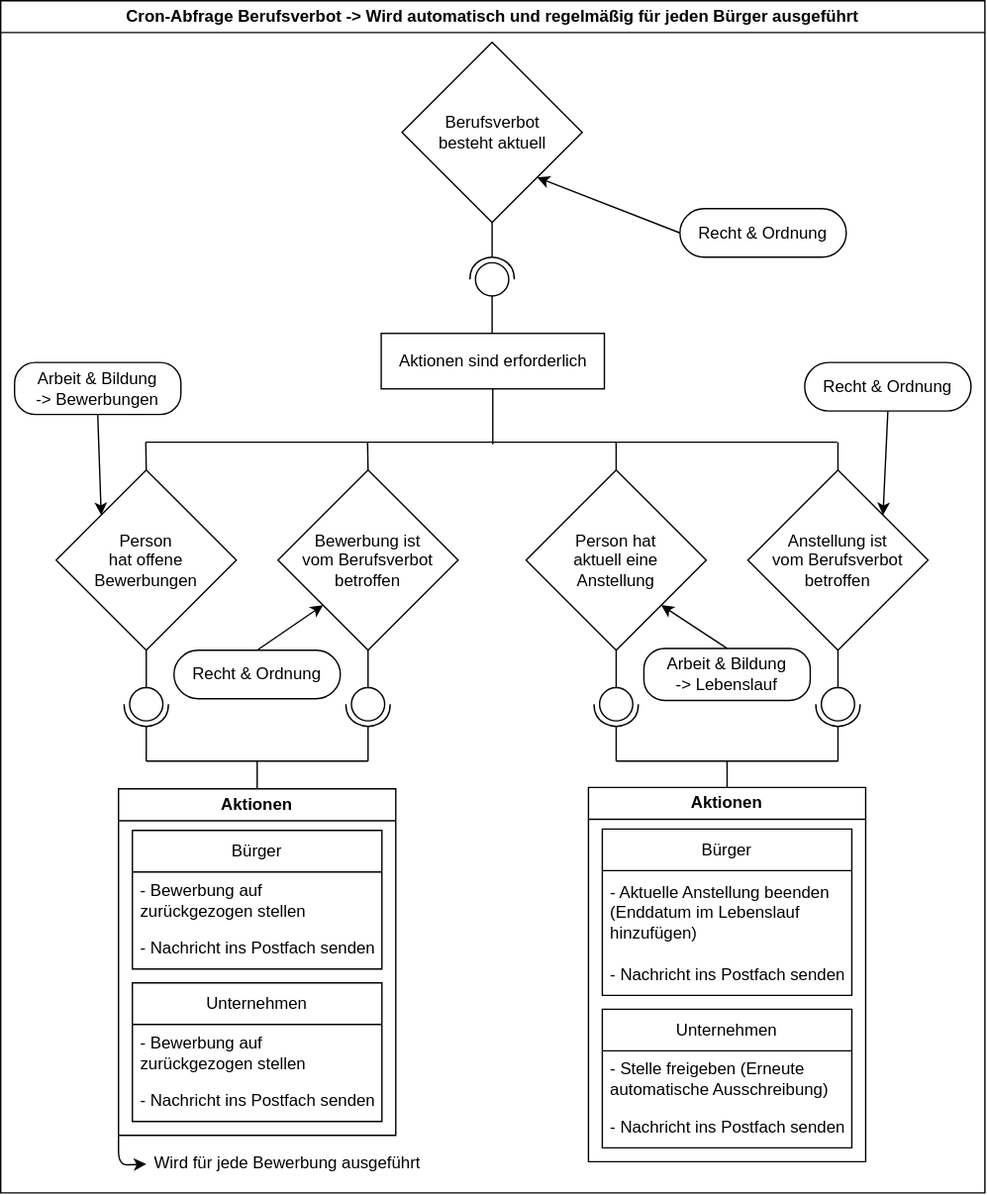
This is Bilder/Cron_Funktion_Berufsverbot.svg from Kai-Singer/ArbeitBildung, a draw.io export, as it was before one commit. Source tidied: cells renumbered, new cells last; positions are measured from the earlier drawing's top-left corner, leaving out a move shared by most shapes.
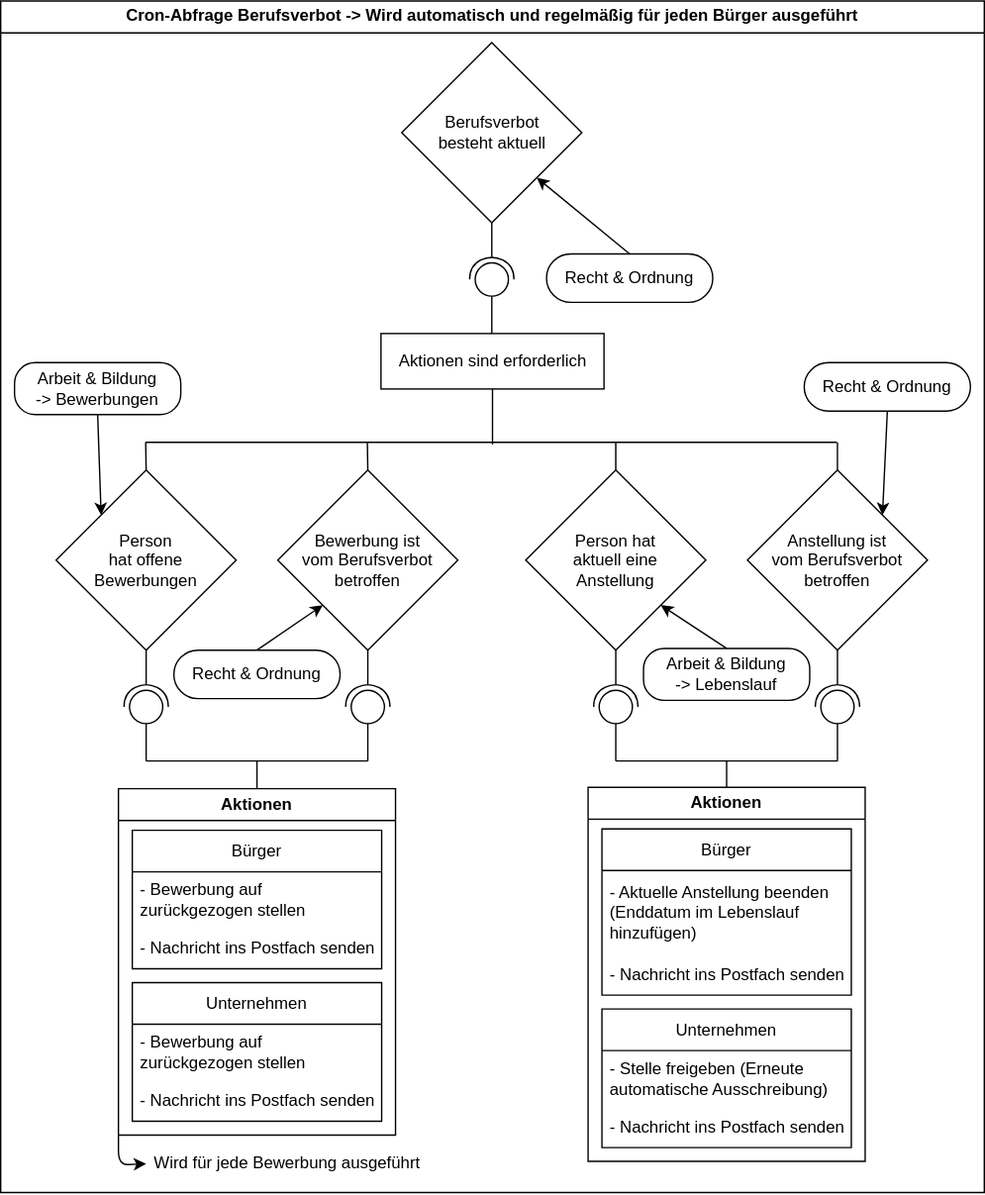
The same file after the commit.

Change to the diagram source:
```diff
@@ -55,69 +55,69 @@
     <mxCell id="13" value="Bewerbung ist&lt;br&gt;&lt;span style=&quot;font-family: monospace; font-size: 0px; text-align: start; text-wrap-mode: nowrap;&quot;&gt;%3CmxGraphModel%3E%3Croot%3E%3CmxCell%20id%3D%220%22%2F%3E%3CmxCell%20id%3D%221%22%20parent%3D%220%22%2F%3E%3CmxCell%20id%3D%222%22%20value%3D%22Aktionen%22%20style%3D%22swimlane%3BwhiteSpace%3Dwrap%3Bhtml%3D1%3B%22%20vertex%3D%221%22%20parent%3D%221%22%3E%3CmxGeometry%20x%3D%22412%22%20y%3D%22640%22%20width%3D%22200%22%20height%3D%22250%22%20as%3D%22geometry%22%2F%3E%3C%2FmxCell%3E%3CmxCell%20id%3D%223%22%20value%3D%22B%C3%BCrger%22%20style%3D%22swimlane%3BfontStyle%3D0%3BchildLayout%3DstackLayout%3Bhorizontal%3D1%3BstartSize%3D30%3BhorizontalStack%3D0%3BresizeParent%3D1%3BresizeParentMax%3D0%3BresizeLast%3D0%3Bcollapsible%3D1%3BmarginBottom%3D0%3BwhiteSpace%3Dwrap%3Bhtml%3D1%3B%22%20vertex%3D%221%22%20parent%3D%222%22%3E%3CmxGeometry%20x%3D%2210%22%20y%3D%2230%22%20width%3D%22180%22%20height%3D%22100%22%20as%3D%22geometry%22%2F%3E%3C%2FmxCell%3E%3CmxCell%20id%3D%224%22%20value%3D%22-%20Bewerbungen%20auf%20zur%C3%BCckgezogen%20stellen%22%20style%3D%22text%3BstrokeColor%3Dnone%3BfillColor%3Dnone%3Balign%3Dleft%3BverticalAlign%3Dmiddle%3BspacingLeft%3D4%3BspacingRight%3D4%3Boverflow%3Dhidden%3Bpoints%3D%5B%5B0%2C0.5%5D%2C%5B1%2C0.5%5D%5D%3BportConstraint%3Deastwest%3Brotatable%3D0%3BwhiteSpace%3Dwrap%3Bhtml%3D1%3B%22%20vertex%3D%221%22%20parent%3D%223%22%3E%3CmxGeometry%20y%3D%2230%22%20width%3D%22180%22%20height%3D%2240%22%20as%3D%22geometry%22%2F%3E%3C%2FmxCell%3E%3CmxCell%20id%3D%225%22%20value%3D%22-%20Nachricht%20ins%20Postfach%20senden%22%20style%3D%22text%3BstrokeColor%3Dnone%3BfillColor%3Dnone%3Balign%3Dleft%3BverticalAlign%3Dmiddle%3BspacingLeft%3D4%3BspacingRight%3D4%3Boverflow%3Dhidden%3Bpoints%3D%5B%5B0%2C0.5%5D%2C%5B1%2C0.5%5D%5D%3BportConstraint%3Deastwest%3Brotatable%3D0%3BwhiteSpace%3Dwrap%3Bhtml%3D1%3B%22%20vertex%3D%221%22%20parent%3D%223%22%3E%3CmxGeometry%20y%3D%2270%22%20width%3D%22180%22%20height%3D%2230%22%20as%3D%22geometry%22%2F%3E%3C%2FmxCell%3E%3CmxCell%20id%3D%226%22%20value%3D%22Unternehmen%22%20style%3D%22swimlane%3BfontStyle%3D0%3BchildLayout%3DstackLayout%3Bhorizontal%3D1%3BstartSize%3D30%3BhorizontalStack%3D0%3BresizeParent%3D1%3BresizeParentMax%3D0%3BresizeLast%3D0%3Bcollapsible%3D1%3BmarginBottom%3D0%3BwhiteSpace%3Dwrap%3Bhtml%3D1%3B%22%20vertex%3D%221%22%20parent%3D%222%22%3E%3CmxGeometry%20x%3D%2210%22%20y%3D%22140%22%20width%3D%22180%22%20height%3D%22100%22%20as%3D%22geometry%22%2F%3E%3C%2FmxCell%3E%3CmxCell%20id%3D%227%22%20value%3D%22-%20Stelle%20freigeben%20(Erneute%20automatische%20Ausschreibung)%22%20style%3D%22text%3BstrokeColor%3Dnone%3BfillColor%3Dnone%3Balign%3Dleft%3BverticalAlign%3Dmiddle%3BspacingLeft%3D4%3BspacingRight%3D4%3Boverflow%3Dhidden%3Bpoints%3D%5B%5B0%2C0.5%5D%2C%5B1%2C0.5%5D%5D%3BportConstraint%3Deastwest%3Brotatable%3D0%3BwhiteSpace%3Dwrap%3Bhtml%3D1%3B%22%20vertex%3D%221%22%20parent%3D%226%22%3E%3CmxGeometry%20y%3D%2230%22%20width%3D%22180%22%20height%3D%2240%22%20as%3D%22geometry%22%2F%3E%3C%2FmxCell%3E%3CmxCell%20id%3D%228%22%20value%3D%22-%20Nachricht%20ins%20Postfach%20senden%22%20style%3D%22text%3BstrokeColor%3Dnone%3BfillColor%3Dnone%3Balign%3Dleft%3BverticalAlign%3Dmiddle%3BspacingLeft%3D4%3BspacingRight%3D4%3Boverflow%3Dhidden%3Bpoints%3D%5B%5B0%2C0.5%5D%2C%5B1%2C0.5%5D%5D%3BportConstraint%3Deastwest%3Brotatable%3D0%3BwhiteSpace%3Dwrap%3Bhtml%3D1%3B%22%20vertex%3D%221%22%20parent%3D%226%22%3E%3CmxGeometry%20y%3D%2270%22%20width%3D%22180%22%20height%3D%2230%22%20as%3D%22geometry%22%2F%3E%3C%2FmxCell%3E%3C%2Froot%3E%3C%2FmxGraphModel%3E&lt;/span&gt;vom Berufsverbot&lt;br&gt;betroffen" style="rhombus;whiteSpace=wrap;html=1;" parent="2" vertex="1">
       <mxGeometry x="200" y="338.5" width="130" height="130" as="geometry" />
     </mxCell>
-    <mxCell id="14" style="group;" parent="2" vertex="1">
+    <mxCell id="14" style="group;rotation=-180;" parent="2" vertex="1">
       <mxGeometry x="89" y="468.5" width="32" height="80" as="geometry" />
     </mxCell>
     <mxCell id="15" style="endArrow=none;html=1;rounded=0;snapToPoint=0;anchorPointDirection=1;" parent="14" edge="1">
       <mxGeometry relative="1" as="geometry">
-        <mxPoint x="16" y="80" as="sourcePoint" />
-        <mxPoint x="16" y="55" as="targetPoint" />
+        <mxPoint x="16" as="sourcePoint" />
+        <mxPoint x="16" y="25" as="targetPoint" />
       </mxGeometry>
     </mxCell>
-    <mxCell id="16" style="group;" parent="14" vertex="1">
-      <mxGeometry y="27" width="32" height="30" as="geometry" />
+    <mxCell id="16" style="group;rotation=-180;" parent="14" vertex="1">
+      <mxGeometry y="23" width="32" height="30" as="geometry" />
     </mxCell>
-    <mxCell id="17" style="ellipse;whiteSpace=wrap;html=1;strokeWidth=1;" parent="16" vertex="1">
-      <mxGeometry x="4" width="24" height="24" as="geometry" />
+    <mxCell id="17" style="ellipse;whiteSpace=wrap;html=1;strokeWidth=1;rotation=-180;" parent="16" vertex="1">
+      <mxGeometry x="4" y="6" width="24" height="24" as="geometry" />
     </mxCell>
     <mxCell id="18" style="endArrow=none;html=1;rounded=0;curved=1;strokeWidth=1;comic=0;anchorPointDirection=1;fixDash=0;orthogonalLoop=0;orthogonal=0;arcSize=20;" parent="16" edge="1">
       <mxGeometry relative="1" as="geometry">
-        <mxPoint y="12" as="sourcePoint" />
-        <mxPoint x="32" y="12" as="targetPoint" />
+        <mxPoint x="32" y="18" as="sourcePoint" />
+        <mxPoint y="18" as="targetPoint" />
         <Array as="points">
-          <mxPoint y="22" />
-          <mxPoint x="16" y="30" />
-          <mxPoint x="32" y="22" />
+          <mxPoint x="32" y="8" />
+          <mxPoint x="16" />
+          <mxPoint y="8" />
         </Array>
       </mxGeometry>
     </mxCell>
     <mxCell id="19" style="endArrow=none;html=1;rounded=0;entryX=0.5;entryY=0;entryDx=0;entryDy=0;" parent="14" edge="1" target="16">
       <mxGeometry relative="1" as="geometry">
-        <mxPoint x="16" as="sourcePoint" />
+        <mxPoint x="16" y="80" as="sourcePoint" />
       </mxGeometry>
     </mxCell>
-    <mxCell id="20" style="group;" parent="2" vertex="1">
+    <mxCell id="20" style="group;rotation=-180;" parent="2" vertex="1">
       <mxGeometry x="249" y="468.5" width="32" height="80" as="geometry" />
     </mxCell>
     <mxCell id="21" style="endArrow=none;html=1;rounded=0;snapToPoint=0;anchorPointDirection=1;" parent="20" edge="1">
       <mxGeometry relative="1" as="geometry">
-        <mxPoint x="16" y="80" as="sourcePoint" />
-        <mxPoint x="16" y="55" as="targetPoint" />
+        <mxPoint x="16" as="sourcePoint" />
+        <mxPoint x="16" y="25" as="targetPoint" />
       </mxGeometry>
     </mxCell>
-    <mxCell id="22" style="group;" parent="20" vertex="1">
-      <mxGeometry y="27" width="32" height="30" as="geometry" />
+    <mxCell id="22" style="group;rotation=-180;" parent="20" vertex="1">
+      <mxGeometry y="23" width="32" height="30" as="geometry" />
     </mxCell>
-    <mxCell id="23" style="ellipse;whiteSpace=wrap;html=1;strokeWidth=1;" parent="22" vertex="1">
-      <mxGeometry x="4" width="24" height="24" as="geometry" />
+    <mxCell id="23" style="ellipse;whiteSpace=wrap;html=1;strokeWidth=1;rotation=-180;" parent="22" vertex="1">
+      <mxGeometry x="4" y="6" width="24" height="24" as="geometry" />
     </mxCell>
     <mxCell id="24" style="endArrow=none;html=1;rounded=0;curved=1;strokeWidth=1;comic=0;anchorPointDirection=1;fixDash=0;orthogonalLoop=0;orthogonal=0;arcSize=20;" parent="22" edge="1">
       <mxGeometry relative="1" as="geometry">
-        <mxPoint y="12" as="sourcePoint" />
-        <mxPoint x="32" y="12" as="targetPoint" />
+        <mxPoint x="32" y="18" as="sourcePoint" />
+        <mxPoint y="18" as="targetPoint" />
         <Array as="points">
-          <mxPoint y="22" />
-          <mxPoint x="16" y="30" />
-          <mxPoint x="32" y="22" />
+          <mxPoint x="32" y="8" />
+          <mxPoint x="16" />
+          <mxPoint y="8" />
         </Array>
       </mxGeometry>
     </mxCell>
     <mxCell id="25" style="endArrow=none;html=1;rounded=0;entryX=0.5;entryY=0;entryDx=0;entryDy=0;" parent="20" edge="1" target="22">
       <mxGeometry relative="1" as="geometry">
-        <mxPoint x="16" as="sourcePoint" />
+        <mxPoint x="16" y="80" as="sourcePoint" />
       </mxGeometry>
     </mxCell>
-    <mxCell id="26" style="endArrow=none;html=1;exitX=0.5;exitY=1;exitDx=0;exitDy=0;entryX=0.5;entryY=1;entryDx=0;entryDy=0;" parent="2" edge="1" source="14" target="20">
+    <mxCell id="26" style="endArrow=none;html=1;exitX=0.5;exitY=0;exitDx=0;exitDy=0;entryX=0.5;entryY=0;entryDx=0;entryDy=0;" parent="2" edge="1" source="14" target="20">
       <mxGeometry relative="1" as="geometry" />
     </mxCell>
     <mxCell id="27" style="edgeStyle=none;html=1;exitX=0.5;exitY=0;exitDx=0;exitDy=0;endArrow=none;endFill=0;" parent="2" edge="1" source="28">
@@ -199,69 +199,69 @@
     <mxCell id="48" value="Wird für jede Bewerbung ausgeführt" style="text;strokeColor=none;fillColor=none;align=left;verticalAlign=middle;spacingLeft=4;spacingRight=4;overflow=hidden;points=[[0,0.5],[1,0.5]];portConstraint=eastwest;whiteSpace=wrap;html=1;" parent="2" vertex="1">
       <mxGeometry x="105" y="828.5" width="215" height="21.5" as="geometry" />
     </mxCell>
-    <mxCell id="49" style="group;" parent="2" vertex="1">
+    <mxCell id="49" style="group;rotation=-180;" parent="2" vertex="1">
       <mxGeometry x="428" y="468.5" width="32" height="80" as="geometry" />
     </mxCell>
     <mxCell id="50" style="endArrow=none;html=1;rounded=0;snapToPoint=0;anchorPointDirection=1;" parent="49" edge="1">
       <mxGeometry relative="1" as="geometry">
-        <mxPoint x="16" y="80" as="sourcePoint" />
-        <mxPoint x="16" y="55" as="targetPoint" />
+        <mxPoint x="16" as="sourcePoint" />
+        <mxPoint x="16" y="25" as="targetPoint" />
       </mxGeometry>
     </mxCell>
-    <mxCell id="51" style="group;" parent="49" vertex="1">
-      <mxGeometry y="27" width="32" height="30" as="geometry" />
+    <mxCell id="51" style="group;rotation=-180;" parent="49" vertex="1">
+      <mxGeometry y="23" width="32" height="30" as="geometry" />
     </mxCell>
-    <mxCell id="52" style="ellipse;whiteSpace=wrap;html=1;strokeWidth=1;" parent="51" vertex="1">
-      <mxGeometry x="4" width="24" height="24" as="geometry" />
+    <mxCell id="52" style="ellipse;whiteSpace=wrap;html=1;strokeWidth=1;rotation=-180;" parent="51" vertex="1">
+      <mxGeometry x="4" y="6" width="24" height="24" as="geometry" />
     </mxCell>
     <mxCell id="53" style="endArrow=none;html=1;rounded=0;curved=1;strokeWidth=1;comic=0;anchorPointDirection=1;fixDash=0;orthogonalLoop=0;orthogonal=0;arcSize=20;" parent="51" edge="1">
       <mxGeometry relative="1" as="geometry">
-        <mxPoint y="12" as="sourcePoint" />
-        <mxPoint x="32" y="12" as="targetPoint" />
+        <mxPoint x="32" y="18" as="sourcePoint" />
+        <mxPoint y="18" as="targetPoint" />
         <Array as="points">
-          <mxPoint y="22" />
-          <mxPoint x="16" y="30" />
-          <mxPoint x="32" y="22" />
+          <mxPoint x="32" y="8" />
+          <mxPoint x="16" />
+          <mxPoint y="8" />
         </Array>
       </mxGeometry>
     </mxCell>
     <mxCell id="54" style="endArrow=none;html=1;rounded=0;entryX=0.5;entryY=0;entryDx=0;entryDy=0;" parent="49" edge="1" target="51">
       <mxGeometry relative="1" as="geometry">
-        <mxPoint x="16" as="sourcePoint" />
+        <mxPoint x="16" y="80" as="sourcePoint" />
       </mxGeometry>
     </mxCell>
-    <mxCell id="55" style="group;" parent="2" vertex="1">
+    <mxCell id="55" style="group;rotation=-180;" parent="2" vertex="1">
       <mxGeometry x="588" y="468.5" width="32" height="80" as="geometry" />
     </mxCell>
     <mxCell id="56" style="endArrow=none;html=1;rounded=0;snapToPoint=0;anchorPointDirection=1;" parent="55" edge="1">
       <mxGeometry relative="1" as="geometry">
-        <mxPoint x="16" y="80" as="sourcePoint" />
-        <mxPoint x="16" y="55" as="targetPoint" />
+        <mxPoint x="16" as="sourcePoint" />
+        <mxPoint x="16" y="25" as="targetPoint" />
       </mxGeometry>
     </mxCell>
-    <mxCell id="57" style="group;" parent="55" vertex="1">
-      <mxGeometry y="27" width="32" height="30" as="geometry" />
+    <mxCell id="57" style="group;rotation=-180;" parent="55" vertex="1">
+      <mxGeometry y="23" width="32" height="30" as="geometry" />
     </mxCell>
-    <mxCell id="58" style="ellipse;whiteSpace=wrap;html=1;strokeWidth=1;" parent="57" vertex="1">
-      <mxGeometry x="4" width="24" height="24" as="geometry" />
+    <mxCell id="58" style="ellipse;whiteSpace=wrap;html=1;strokeWidth=1;rotation=-180;" parent="57" vertex="1">
+      <mxGeometry x="4" y="6" width="24" height="24" as="geometry" />
     </mxCell>
     <mxCell id="59" style="endArrow=none;html=1;rounded=0;curved=1;strokeWidth=1;comic=0;anchorPointDirection=1;fixDash=0;orthogonalLoop=0;orthogonal=0;arcSize=20;" parent="57" edge="1">
       <mxGeometry relative="1" as="geometry">
-        <mxPoint y="12" as="sourcePoint" />
-        <mxPoint x="32" y="12" as="targetPoint" />
+        <mxPoint x="32" y="18" as="sourcePoint" />
+        <mxPoint y="18" as="targetPoint" />
         <Array as="points">
-          <mxPoint y="22" />
-          <mxPoint x="16" y="30" />
-          <mxPoint x="32" y="22" />
+          <mxPoint x="32" y="8" />
+          <mxPoint x="16" />
+          <mxPoint y="8" />
         </Array>
       </mxGeometry>
     </mxCell>
     <mxCell id="60" style="endArrow=none;html=1;rounded=0;entryX=0.5;entryY=0;entryDx=0;entryDy=0;" parent="55" edge="1" target="57">
       <mxGeometry relative="1" as="geometry">
-        <mxPoint x="16" as="sourcePoint" />
+        <mxPoint x="16" y="80" as="sourcePoint" />
       </mxGeometry>
     </mxCell>
-    <mxCell id="61" style="endArrow=none;html=1;exitX=0.5;exitY=1;exitDx=0;exitDy=0;entryX=0.5;entryY=1;entryDx=0;entryDy=0;" parent="2" edge="1" source="49" target="55">
+    <mxCell id="61" style="endArrow=none;html=1;entryX=0.5;entryY=0;entryDx=0;entryDy=0;exitX=0.5;exitY=0;exitDx=0;exitDy=0;" parent="2" edge="1" source="49" target="55">
       <mxGeometry relative="1" as="geometry" />
     </mxCell>
     <mxCell id="62" style="endArrow=none;html=1;" parent="2" edge="1">
@@ -294,11 +294,11 @@
     <mxCell id="70" value="Arbeit &amp;amp; Bildung&lt;br&gt;-&amp;gt; Bewerbungen" style="rounded=1;whiteSpace=wrap;html=1;arcSize=40;" parent="2" vertex="1">
       <mxGeometry x="10" y="261" width="120" height="37.5" as="geometry" />
     </mxCell>
-    <mxCell id="71" style="edgeStyle=none;html=1;exitX=0;exitY=0.5;exitDx=0;exitDy=0;entryX=1;entryY=1;entryDx=0;entryDy=0;" parent="2" edge="1" source="72" target="3">
+    <mxCell id="71" style="edgeStyle=none;html=1;exitX=0.5;exitY=0;exitDx=0;exitDy=0;entryX=1;entryY=1;entryDx=0;entryDy=0;" parent="2" edge="1" source="72" target="3">
       <mxGeometry relative="1" as="geometry" />
     </mxCell>
     <mxCell id="72" value="Recht &amp;amp; Ordnung" style="rounded=1;whiteSpace=wrap;html=1;arcSize=50;" parent="2" vertex="1">
-      <mxGeometry x="490" y="150" width="120" height="35" as="geometry" />
+      <mxGeometry x="394" y="182.5" width="120" height="35" as="geometry" />
     </mxCell>
     <mxCell id="73" style="edgeStyle=none;html=1;exitX=0.5;exitY=1;exitDx=0;exitDy=0;endArrow=none;endFill=0;" parent="2" edge="1" source="74">
       <mxGeometry relative="1" as="geometry">
```
